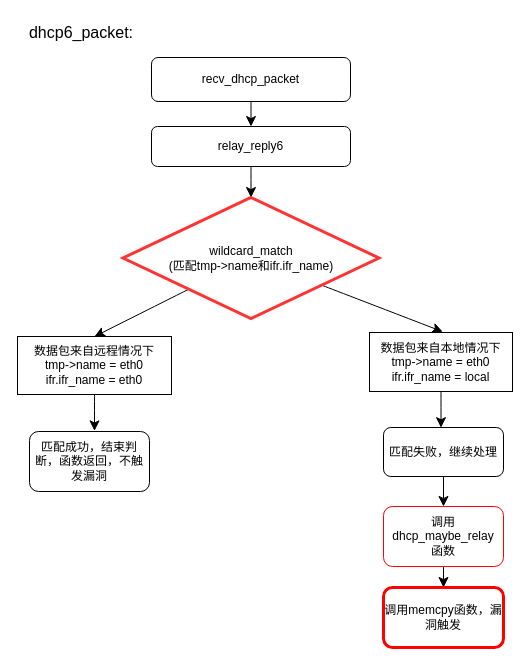
This is 未命名绘图.drawio from Norton-Lin/Picture, a draw.io file, before an edit. Source tidied: cells renumbered, new cells numbered last; positions are measured from the earlier drawing's top-left corner, leaving out a move shared by most shapes. Both pictures are drawn from the tidied source at 100%, with x=0, y=0 at pixel (17, 17).
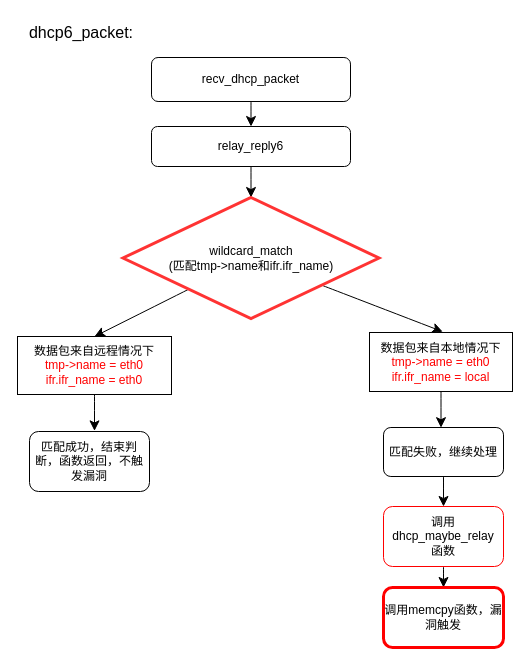
The same page after the edit.

Commit message:
更新未命名绘图.drawio

What changed in the source:
```diff
@@
-    <mxCell id="11" value="数据包来自远程情况下&lt;div&gt;tmp-&amp;gt;name = eth0&lt;div&gt;ifr.ifr_name = eth0&lt;/div&gt;&lt;/div&gt;" style="rounded=0;whiteSpace=wrap;html=1;" parent="1" vertex="1">
+    <mxCell id="11" value="数据包来自远程情况下&lt;div&gt;&lt;font color=&quot;#ff0000&quot;&gt;tmp-&amp;gt;name = eth0&lt;/font&gt;&lt;div&gt;&lt;font color=&quot;#ff0000&quot;&gt;ifr.ifr_name = eth0&lt;/font&gt;&lt;/div&gt;&lt;/div&gt;" style="rounded=0;whiteSpace=wrap;html=1;" parent="1" vertex="1">
       <mxGeometry y="319" width="154" height="58" as="geometry" />
     </mxCell>
@@
-    <mxCell id="13" value="数据包来自本地情况下&lt;div&gt;tmp-&amp;gt;name = eth0&lt;div&gt;ifr.ifr_name = local&lt;/div&gt;&lt;/div&gt;" style="rounded=0;whiteSpace=wrap;html=1;" parent="1" vertex="1">
+    <mxCell id="13" value="数据包来自本地情况下&lt;div&gt;&lt;font color=&quot;#ff0000&quot;&gt;tmp-&amp;gt;name = eth0&lt;/font&gt;&lt;div&gt;&lt;font color=&quot;#ff0000&quot;&gt;ifr.ifr_name = local&lt;/font&gt;&lt;/div&gt;&lt;/div&gt;" style="rounded=0;whiteSpace=wrap;html=1;" parent="1" vertex="1">
       <mxGeometry x="352" y="315" width="143" height="59" as="geometry" />
     </mxCell>
```
